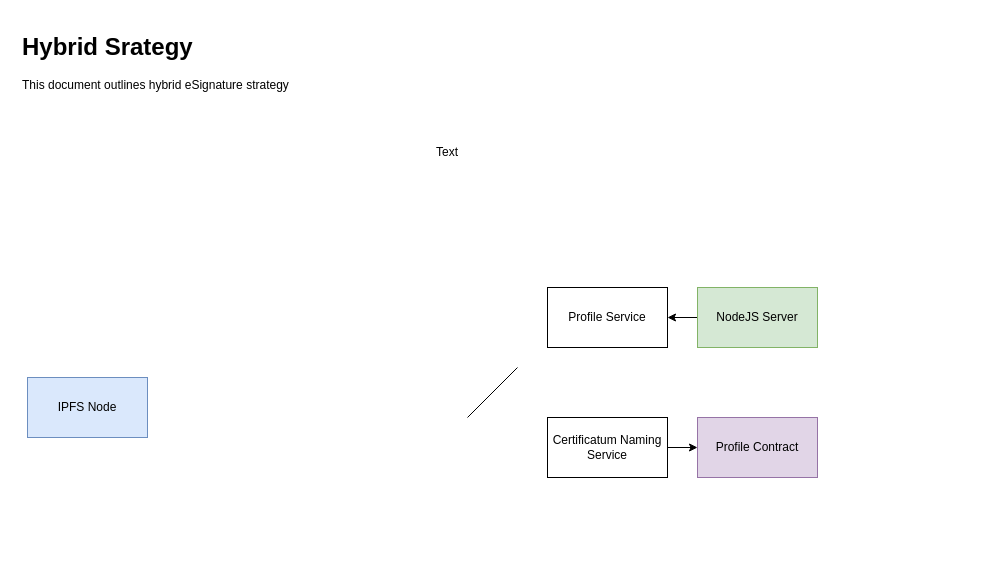
This is docs/Untitled Diagram.drawio from Certificatum/certificatum.github.io, a draw.io file, before an edit. Source tidied: cells renumbered, new cells numbered last; positions are measured from the earlier drawing's top-left corner, leaving out a move shared by most shapes. Both pictures are drawn from the tidied source at 100%, with x=0, y=0 at pixel (17, 27).
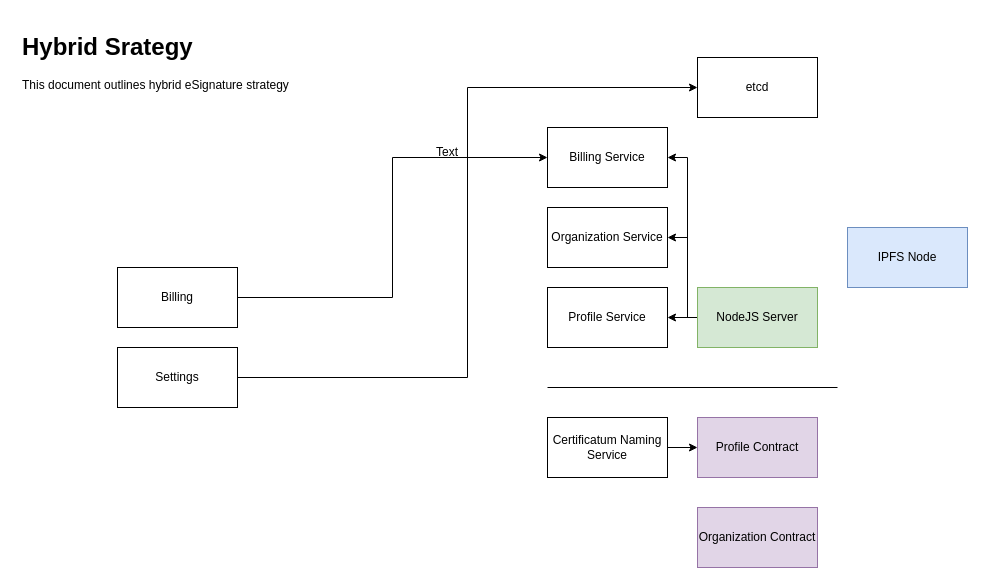
After the change.

The change refers to these unchanged cells:
```xml
<mxCell id="5" value="NodeJS Server" style="rounded=0;whiteSpace=wrap;html=1;fillColor=#d5e8d4;strokeColor=#82b366;" parent="1" vertex="1">
  <mxGeometry x="680" y="260" width="120" height="60" as="geometry" />
</mxCell>
```

What changed in the source:
```diff
@@
+    <mxCell id="12" style="edgeStyle=orthogonalEdgeStyle;rounded=0;jettySize=auto;html=1;entryX=1;entryY=0.5;entryDx=0;entryDy=0;" parent="1" edge="1" source="5" target="14">
+      <mxGeometry relative="1" as="geometry">
+        <Array as="points">
+          <mxPoint x="670" y="290" />
+          <mxPoint x="670" y="210" />
+        </Array>
+      </mxGeometry>
+    </mxCell>
+    <mxCell id="13" style="edgeStyle=orthogonalEdgeStyle;rounded=0;jettySize=auto;html=1;entryX=1;entryY=0.5;entryDx=0;entryDy=0;" parent="1" edge="1" source="5" target="15">
+      <mxGeometry relative="1" as="geometry">
+        <Array as="points">
+          <mxPoint x="670" y="290" />
+          <mxPoint x="670" y="130" />
+        </Array>
+      </mxGeometry>
+    </mxCell>
@@
     <mxCell id="10" value="IPFS Node" style="rounded=0;whiteSpace=wrap;html=1;fillColor=#dae8fc;strokeColor=#6c8ebf;" parent="1" vertex="1">
-      <mxGeometry x="10" y="350" width="120" height="60" as="geometry" />
+      <mxGeometry x="830" y="200" width="120" height="60" as="geometry" />
     </mxCell>
     <mxCell id="11" style="endArrow=none;html=1;rounded=0;" parent="1" edge="1">
       <mxGeometry relative="1" as="geometry">
-        <mxPoint x="450" y="390" as="sourcePoint" />
-        <mxPoint x="500" y="340" as="targetPoint" />
+        <mxPoint x="530" y="360" as="sourcePoint" />
+        <mxPoint x="820" y="360" as="targetPoint" />
       </mxGeometry>
     </mxCell>
+    <mxCell id="14" value="Organization Service" style="rounded=0;whiteSpace=wrap;html=1;" parent="1" vertex="1">
+      <mxGeometry x="530" y="180" width="120" height="60" as="geometry" />
+    </mxCell>
+    <mxCell id="15" value="Billing Service" style="rounded=0;whiteSpace=wrap;html=1;" parent="1" vertex="1">
+      <mxGeometry x="530" y="100" width="120" height="60" as="geometry" />
+    </mxCell>
+    <mxCell id="16" value="Organization Contract" style="rounded=0;whiteSpace=wrap;html=1;fillColor=#e1d5e7;strokeColor=#9673a6;" parent="1" vertex="1">
+      <mxGeometry x="680" y="480" width="120" height="60" as="geometry" />
+    </mxCell>
+    <mxCell id="17" style="edgeStyle=orthogonalEdgeStyle;rounded=0;jettySize=auto;html=1;entryX=0;entryY=0.5;entryDx=0;entryDy=0;" parent="1" edge="1" source="18" target="15">
+      <mxGeometry relative="1" as="geometry" />
+    </mxCell>
+    <mxCell id="18" value="Billing" style="rounded=0;whiteSpace=wrap;html=1;" parent="1" vertex="1">
+      <mxGeometry x="100" y="240" width="120" height="60" as="geometry" />
+    </mxCell>
+    <mxCell id="19" style="edgeStyle=orthogonalEdgeStyle;rounded=0;jettySize=auto;html=1;entryX=0;entryY=0.5;entryDx=0;entryDy=0;" parent="1" edge="1" source="20" target="21">
+      <mxGeometry relative="1" as="geometry" />
+    </mxCell>
+    <mxCell id="20" value="Settings" style="rounded=0;whiteSpace=wrap;html=1;" parent="1" vertex="1">
+      <mxGeometry x="100" y="320" width="120" height="60" as="geometry" />
+    </mxCell>
+    <mxCell id="21" value="etcd" style="rounded=0;whiteSpace=wrap;html=1;" parent="1" vertex="1">
+      <mxGeometry x="680" y="30" width="120" height="60" as="geometry" />
+    </mxCell>
```
